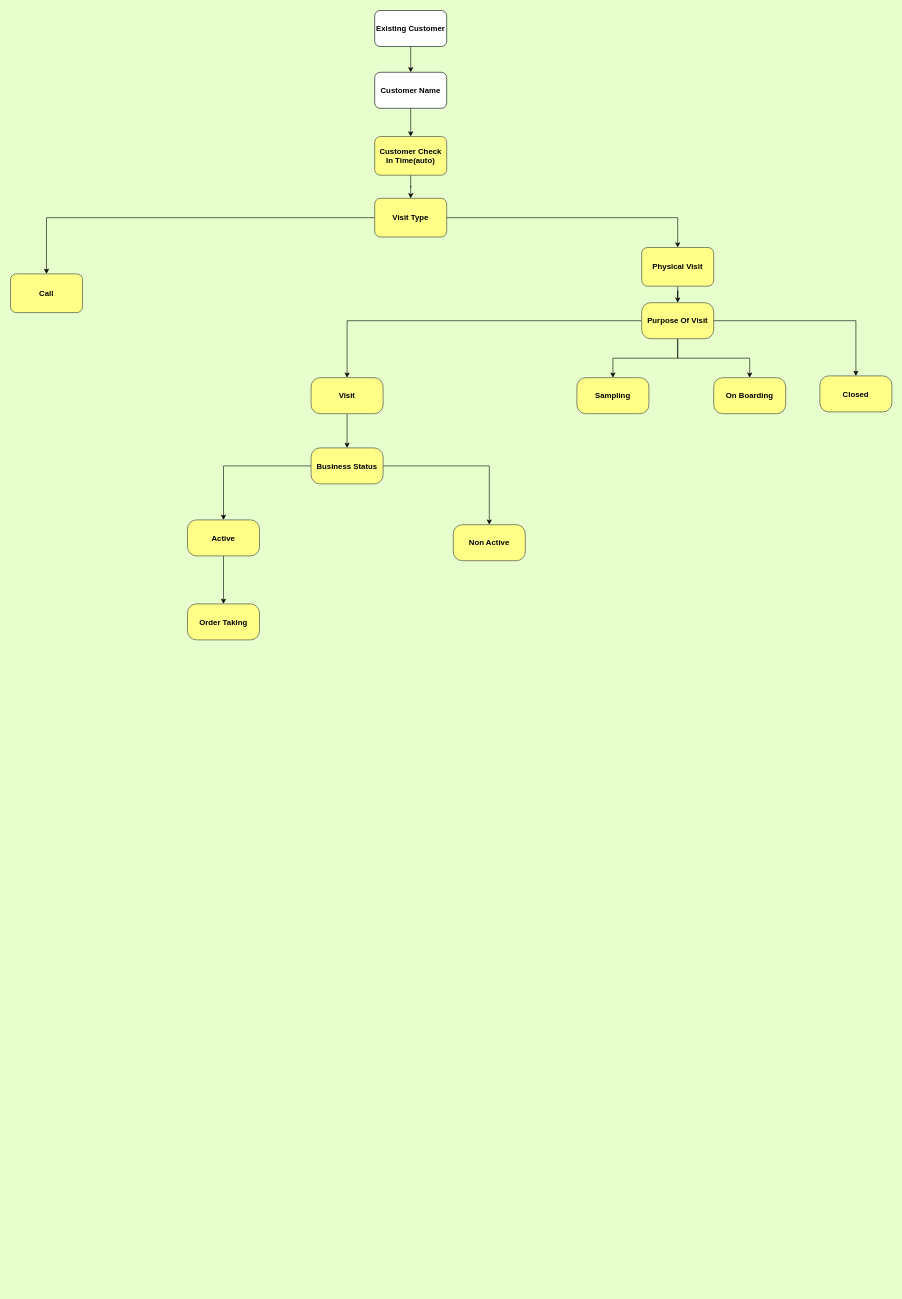
This is page "Existing Customer" (3 of 5) of customer visit workflow.drawio from SBOSE550/Customer-Visit-Data-Collection-Form, a draw.io file, before an edit. Source tidied: cells renumbered, new cells numbered last; positions are measured from the earlier drawing's top-left corner, leaving out a move shared by most shapes. Both pictures are drawn from the tidied source at 60%, with x=0, y=0 at pixel (10, 10).
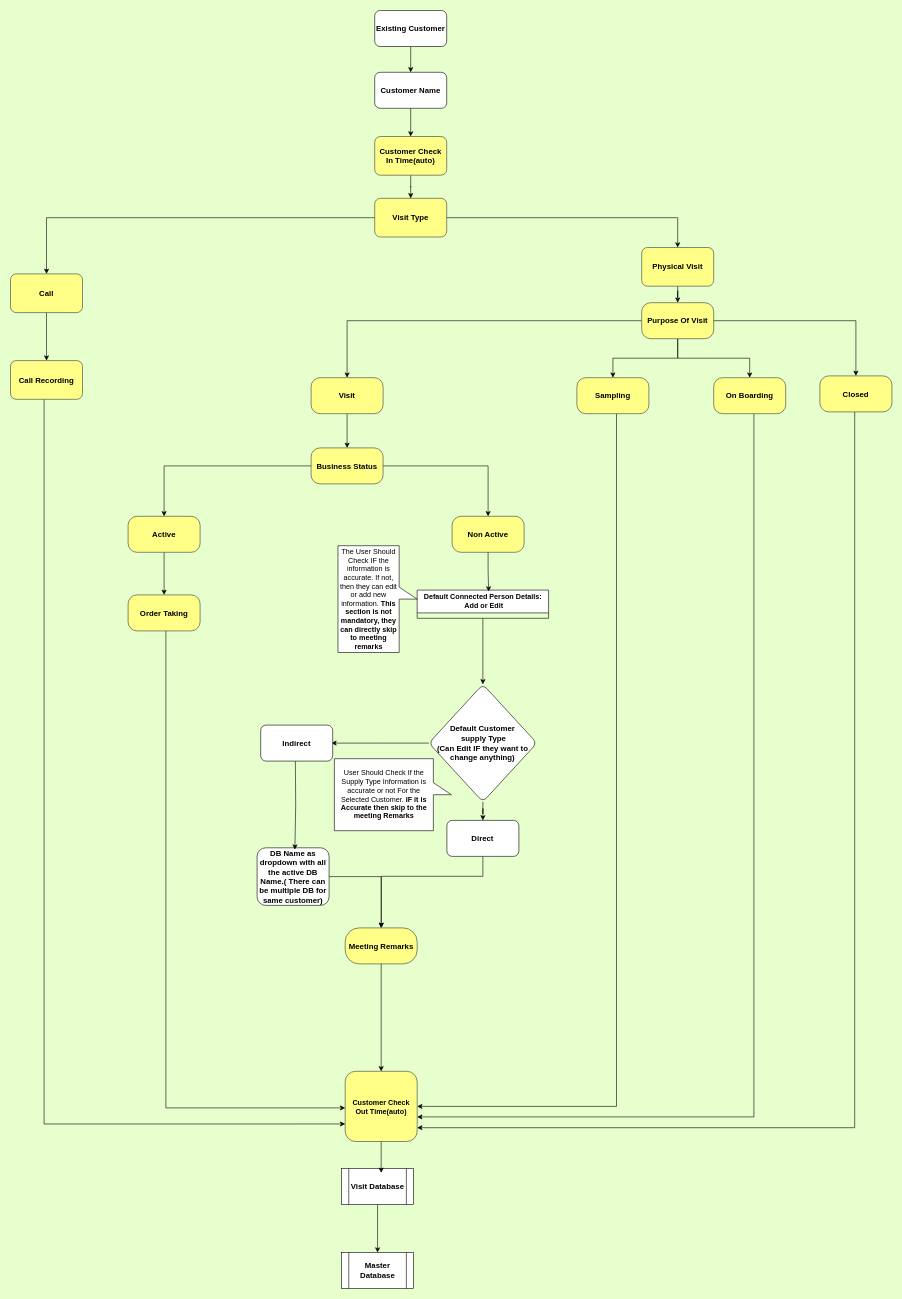
The same page after the edit.

The change refers to these unchanged cells:
```xml
<mxCell id="11" value="Call" style="whiteSpace=wrap;html=1;rounded=1;fontSize=13;fontStyle=1;fillColor=#ffff88;strokeColor=#36393d;" parent="1" vertex="1">
  <mxGeometry y="439" width="120" height="64.5" as="geometry" />
</mxCell>
<mxCell id="21" value="Sampling" style="whiteSpace=wrap;html=1;rounded=1;fontSize=13;fontStyle=1;arcSize=25;fillColor=#ffff88;strokeColor=#36393d;" parent="1" vertex="1">
  <mxGeometry x="944" y="612" width="120" height="60" as="geometry" />
</mxCell>
<mxCell id="22" value="On Boarding" style="whiteSpace=wrap;html=1;rounded=1;fontSize=13;fontStyle=1;arcSize=25;fillColor=#ffff88;strokeColor=#36393d;" parent="1" vertex="1">
  <mxGeometry x="1172" y="612" width="120" height="60" as="geometry" />
</mxCell>
<mxCell id="23" value="Closed" style="whiteSpace=wrap;html=1;rounded=1;fontSize=13;fontStyle=1;arcSize=25;fillColor=#ffff88;strokeColor=#36393d;" parent="1" vertex="1">
  <mxGeometry x="1349" y="609" width="120" height="60" as="geometry" />
</mxCell>
```

Change to the diagram source:
```diff
@@
+    <mxCell id="31" style="edgeStyle=orthogonalEdgeStyle;rounded=0;jettySize=auto;html=1;" parent="1" edge="1" source="11" target="58">
+      <mxGeometry relative="1" as="geometry" />
+    </mxCell>
@@
+    <mxCell id="32" style="edgeStyle=orthogonalEdgeStyle;rounded=0;jettySize=auto;html=1;entryX=1;entryY=0.5;entryDx=0;entryDy=0;" parent="1" edge="1" source="21" target="52">
+      <mxGeometry relative="1" as="geometry">
+        <Array as="points">
+          <mxPoint x="1010" y="1827" />
+        </Array>
+      </mxGeometry>
+    </mxCell>
@@
+    <mxCell id="33" style="edgeStyle=orthogonalEdgeStyle;rounded=0;jettySize=auto;html=1;" parent="1" edge="1" source="22" target="52">
+      <mxGeometry relative="1" as="geometry">
+        <Array as="points">
+          <mxPoint x="1239" y="1844" />
+        </Array>
+      </mxGeometry>
+    </mxCell>
@@
+    <mxCell id="34" style="edgeStyle=orthogonalEdgeStyle;rounded=0;jettySize=auto;html=1;" parent="1" edge="1" source="23" target="52">
+      <mxGeometry relative="1" as="geometry">
+        <Array as="points">
+          <mxPoint x="1407" y="1862" />
+        </Array>
+      </mxGeometry>
+    </mxCell>
@@
     <mxCell id="28" value="Active" style="whiteSpace=wrap;html=1;rounded=1;fontSize=13;fontStyle=1;arcSize=25;fillColor=#ffff88;strokeColor=#36393d;" parent="1" vertex="1">
-      <mxGeometry x="295" y="849" width="120" height="60" as="geometry" />
+      <mxGeometry x="196" y="843" width="120" height="60" as="geometry" />
     </mxCell>
     <mxCell id="29" value="Non Active" style="whiteSpace=wrap;html=1;rounded=1;fontSize=13;fontStyle=1;arcSize=25;fillColor=#ffff88;strokeColor=#36393d;" parent="1" vertex="1">
-      <mxGeometry x="738" y="857" width="120" height="60" as="geometry" />
+      <mxGeometry x="736" y="843" width="120" height="60" as="geometry" />
     </mxCell>
+    <mxCell id="35" style="edgeStyle=orthogonalEdgeStyle;rounded=0;jettySize=auto;html=1;" parent="1" edge="1" source="30" target="52">
+      <mxGeometry relative="1" as="geometry">
+        <Array as="points">
+          <mxPoint x="259" y="1829" />
+        </Array>
+      </mxGeometry>
+    </mxCell>
     <mxCell id="30" value="Order Taking" style="whiteSpace=wrap;html=1;rounded=1;fontSize=13;fontStyle=1;arcSize=25;fillColor=#ffff88;strokeColor=#36393d;" parent="1" vertex="1">
-      <mxGeometry x="295" y="989" width="120" height="60" as="geometry" />
+      <mxGeometry x="196" y="974" width="120" height="60" as="geometry" />
     </mxCell>
+    <mxCell id="36" style="edgeStyle=orthogonalEdgeStyle;rounded=0;jettySize=auto;html=1;" parent="1" edge="1" source="37" target="40">
+      <mxGeometry relative="1" as="geometry" />
+    </mxCell>
+    <mxCell id="37" value="Default Connected Person Details:&lt;div&gt;&amp;nbsp;Add or Edit&lt;/div&gt;" style="swimlane;whiteSpace=wrap;html=1;startSize=38;" parent="1" vertex="1" collapsed="1">
+      <mxGeometry x="677.8" y="966" width="219" height="47" as="geometry" />
+    </mxCell>
+    <mxCell id="38" style="edgeStyle=orthogonalEdgeStyle;rounded=0;jettySize=auto;html=1;" parent="1" edge="1" source="40" target="42">
+      <mxGeometry relative="1" as="geometry" />
+    </mxCell>
+    <mxCell id="39" style="edgeStyle=orthogonalEdgeStyle;rounded=0;jettySize=auto;html=1;entryX=1;entryY=0.5;entryDx=0;entryDy=0;" parent="1" edge="1" source="40">
+      <mxGeometry relative="1" as="geometry">
+        <mxPoint x="534.8" y="1221" as="targetPoint" />
+      </mxGeometry>
+    </mxCell>
+    <mxCell id="40" value="Default Customer&lt;div&gt;&amp;nbsp;supply&amp;nbsp;&lt;span style=&quot;background-color: transparent; color: light-dark(rgb(0, 0, 0), rgb(255, 255, 255));&quot;&gt;Type&lt;/span&gt;&lt;/div&gt;&lt;div&gt;&lt;span style=&quot;background-color: transparent; color: light-dark(rgb(0, 0, 0), rgb(255, 255, 255));&quot;&gt;(Can Edit IF they want to change anything)&lt;/span&gt;&lt;/div&gt;" style="rhombus;whiteSpace=wrap;html=1;rounded=1;fontSize=13;fontStyle=1;" parent="1" vertex="1">
+      <mxGeometry x="697.3" y="1123" width="180" height="196" as="geometry" />
+    </mxCell>
+    <mxCell id="41" style="edgeStyle=orthogonalEdgeStyle;rounded=0;jettySize=auto;html=1;" parent="1" edge="1" source="42" target="50">
+      <mxGeometry relative="1" as="geometry">
+        <Array as="points">
+          <mxPoint x="787" y="1443" />
+          <mxPoint x="618" y="1443" />
+        </Array>
+      </mxGeometry>
+    </mxCell>
+    <mxCell id="42" value="Direct" style="whiteSpace=wrap;html=1;fontSize=13;rounded=1;fontStyle=1;" parent="1" vertex="1">
+      <mxGeometry x="727.3" y="1349.8" width="120" height="60" as="geometry" />
+    </mxCell>
+    <mxCell id="43" value="Indirect" style="whiteSpace=wrap;html=1;rounded=1;fontSize=13;fontStyle=1;" parent="1" vertex="1">
+      <mxGeometry x="417" y="1191" width="120" height="60" as="geometry" />
+    </mxCell>
+    <mxCell id="44" style="edgeStyle=orthogonalEdgeStyle;rounded=0;jettySize=auto;html=1;entryX=0.5;entryY=0;entryDx=0;entryDy=0;" parent="1" edge="1" source="45" target="50">
+      <mxGeometry relative="1" as="geometry" />
+    </mxCell>
+    <mxCell id="45" value="DB Name as dropdown with all the active DB Name.( There can be multiple DB for same customer)" style="whiteSpace=wrap;html=1;rounded=1;fontSize=13;fontStyle=1;" parent="1" vertex="1">
+      <mxGeometry x="411" y="1395.5" width="120" height="96" as="geometry" />
+    </mxCell>
+    <mxCell id="46" style="edgeStyle=orthogonalEdgeStyle;rounded=0;orthogonalLoop=1;jettySize=auto;html=1;" parent="1" edge="1">
+      <mxGeometry relative="1" as="geometry">
+        <mxPoint x="474.8" y="1251" as="sourcePoint" />
+        <mxPoint x="474" y="1398.5" as="targetPoint" />
+      </mxGeometry>
+    </mxCell>
+    <mxCell id="47" value="The User Should Check IF the information is accurate. If not, then they can edit or add new information. &lt;b&gt;This section is not mandatory, they can directly skip to meeting remarks&lt;/b&gt;" style="shape=callout;whiteSpace=wrap;html=1;perimeter=calloutPerimeter;direction=north;" parent="1" vertex="1">
+      <mxGeometry x="545.8" y="892" width="132" height="178" as="geometry" />
+    </mxCell>
+    <mxCell id="48" value="User Should Check If the Supply Type Information is accurate or not For the Selected Customer. &lt;b&gt;IF it is Accurate then skip to the meeting Remarks&lt;/b&gt;" style="shape=callout;whiteSpace=wrap;html=1;perimeter=calloutPerimeter;direction=north;" parent="1" vertex="1">
+      <mxGeometry x="539.8" y="1247" width="195" height="120" as="geometry" />
+    </mxCell>
+    <mxCell id="49" style="edgeStyle=orthogonalEdgeStyle;rounded=0;jettySize=auto;html=1;" parent="1" edge="1" source="50" target="52">
+      <mxGeometry relative="1" as="geometry" />
+    </mxCell>
+    <mxCell id="50" value="Meeting Remarks" style="whiteSpace=wrap;html=1;rounded=1;fontSize=13;fontStyle=1;arcSize=39;fillColor=#ffff88;strokeColor=#36393d;" parent="1" vertex="1">
+      <mxGeometry x="557.8" y="1529" width="120" height="60" as="geometry" />
+    </mxCell>
+    <mxCell id="51" style="edgeStyle=orthogonalEdgeStyle;rounded=0;jettySize=auto;html=1;entryX=0.544;entryY=0.051;entryDx=0;entryDy=0;entryPerimeter=0;" parent="1" edge="1" source="29" target="37">
+      <mxGeometry relative="1" as="geometry" />
+    </mxCell>
+    <mxCell id="52" value="Customer Check Out Time(auto)" style="rounded=1;whiteSpace=wrap;html=1;fontStyle=1;fillColor=#ffff88;strokeColor=#36393d;" parent="1" vertex="1">
+      <mxGeometry x="557.8" y="1768" width="120" height="117" as="geometry" />
+    </mxCell>
+    <mxCell id="53" style="edgeStyle=orthogonalEdgeStyle;rounded=0;jettySize=auto;html=1;" parent="1" edge="1" source="54" target="55">
+      <mxGeometry relative="1" as="geometry" />
+    </mxCell>
+    <mxCell id="54" value="Visit Database" style="shape=process;whiteSpace=wrap;html=1;backgroundOutline=1;fontSize=13;fontStyle=1;" parent="1" vertex="1">
+      <mxGeometry x="551.8" y="1930" width="120" height="60" as="geometry" />
+    </mxCell>
+    <mxCell id="55" value="Master Database" style="shape=process;whiteSpace=wrap;html=1;backgroundOutline=1;fontSize=13;fontStyle=1;" parent="1" vertex="1">
+      <mxGeometry x="551.8" y="2070" width="120" height="60" as="geometry" />
+    </mxCell>
+    <mxCell id="56" style="edgeStyle=orthogonalEdgeStyle;rounded=0;jettySize=auto;html=1;entryX=0.55;entryY=0.12;entryDx=0;entryDy=0;entryPerimeter=0;" parent="1" edge="1" source="52" target="54">
+      <mxGeometry relative="1" as="geometry" />
+    </mxCell>
+    <mxCell id="57" style="edgeStyle=orthogonalEdgeStyle;rounded=0;jettySize=auto;html=1;entryX=0;entryY=0.75;entryDx=0;entryDy=0;" parent="1" edge="1" source="58" target="52">
+      <mxGeometry relative="1" as="geometry">
+        <Array as="points">
+          <mxPoint x="56" y="1856" />
+        </Array>
+      </mxGeometry>
+    </mxCell>
+    <mxCell id="58" value="Call Recording" style="whiteSpace=wrap;html=1;rounded=1;fontSize=13;fontStyle=1;fillColor=#ffff88;strokeColor=#36393d;" parent="1" vertex="1">
+      <mxGeometry y="583.5" width="120" height="64.5" as="geometry" />
+    </mxCell>
```
